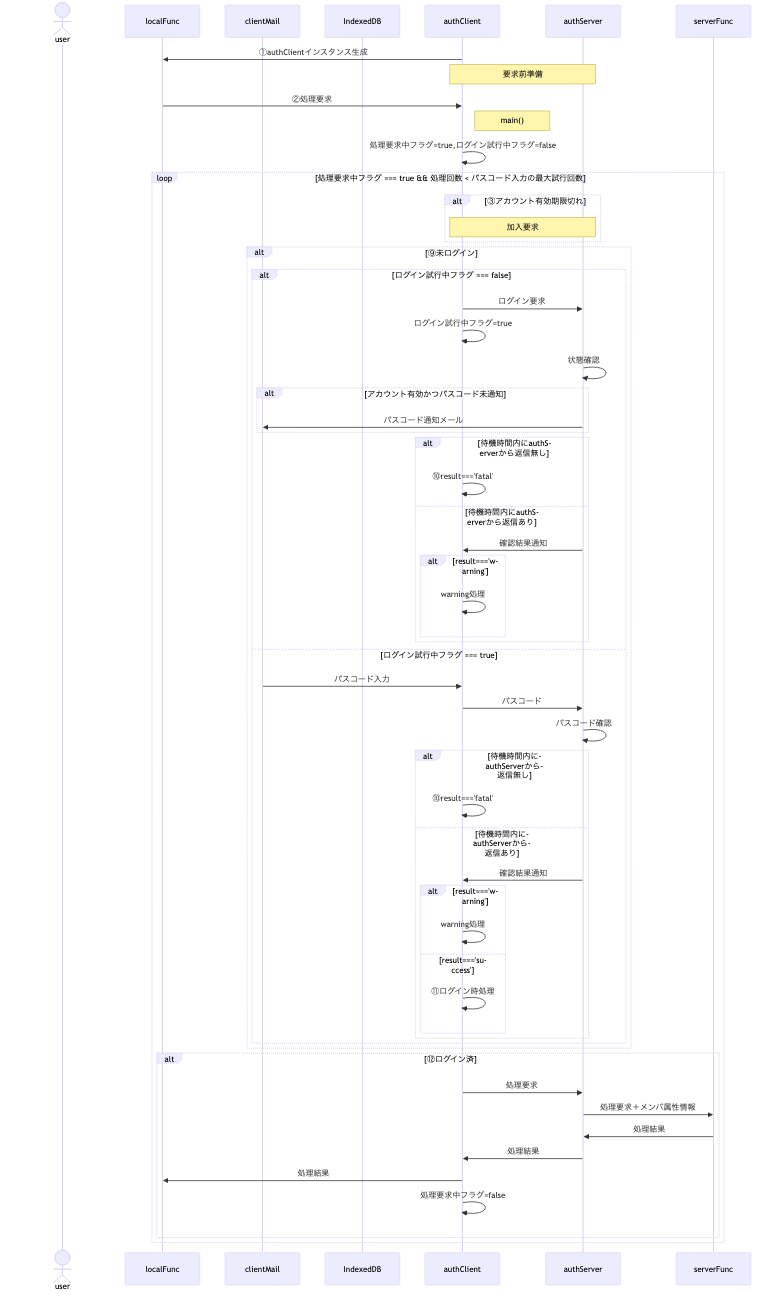
nakaone/library keeps this Mermaid diagram as underDev/Auth/img/summary.png. Above is the earlier version. Its source is kept beside it as underDev/Auth/doc/summary.mermaid.
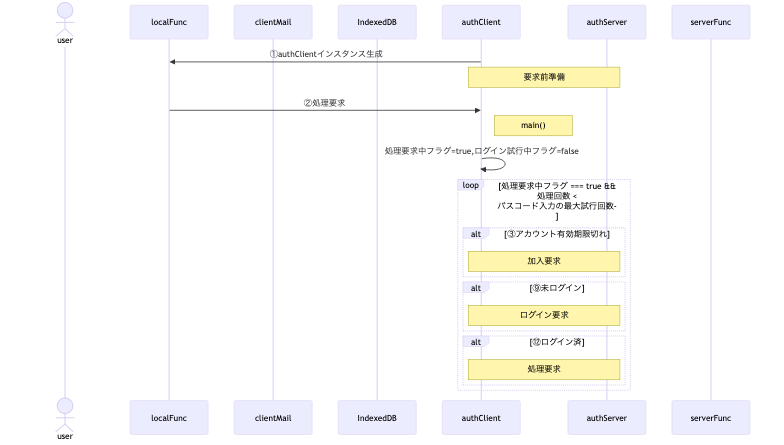
After the commit.

Diff of the diagram source:
```diff
@@ -20,44 +20,10 @@
     end
 
     alt ⑨未ログイン
-      alt ログイン試行中フラグ === false
-        authClient->>authServer: ログイン要求
-        authClient->>authClient: ログイン試行中フラグ=true
-        authServer->>authServer: 状態確認
-        alt アカウント有効かつパスコード未通知
-          authServer->>clientMail: パスコード通知メール
-        end
-        alt 待機時間内にauthServerから返信無し
-          authClient->>authClient: ⑩result==='fatal'
-        else 待機時間内にauthServerから返信あり
-          authServer->>authClient: 確認結果通知
-          alt result==='warning'
-            authClient->>authClient: warning処理
-          end
-        end
-      else ログイン試行中フラグ === true
-        clientMail->>authClient: パスコード入力
-        authClient->>authServer: パスコード
-        authServer->>authServer: パスコード確認
-        alt 待機時間内にauthServerから返信無し
-          authClient->>authClient: ⑩result==='fatal'
-        else 待機時間内にauthServerから返信あり
-          authServer->>authClient: 確認結果通知
-          alt result==='warning'
-            authClient->>authClient: warning処理
-          else result==='success'
-            authClient->>authClient: ⑪ログイン時処理
-          end
-        end
-      end
+      Note over authClient,authServer: ログイン要求
     end
 
     alt ⑫ログイン済
-      authClient->>authServer: 処理要求
-      authServer->>serverFunc: 処理要求＋メンバ属性情報
-      serverFunc->>authServer: 処理結果
-      authServer->>authClient: 処理結果
-      authClient->>localFunc: 処理結果
-      authClient->>authClient: 処理要求中フラグ=false
+      Note over authClient,authServer: 処理要求
     end
   end
```
